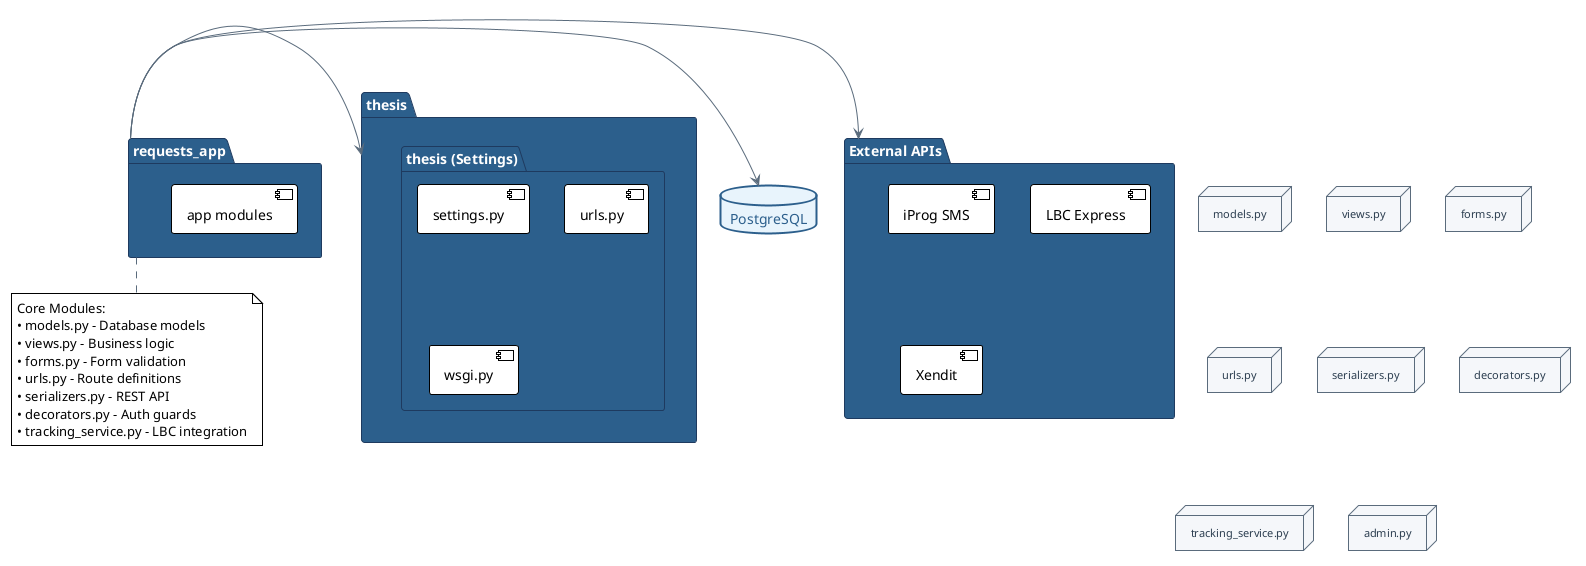
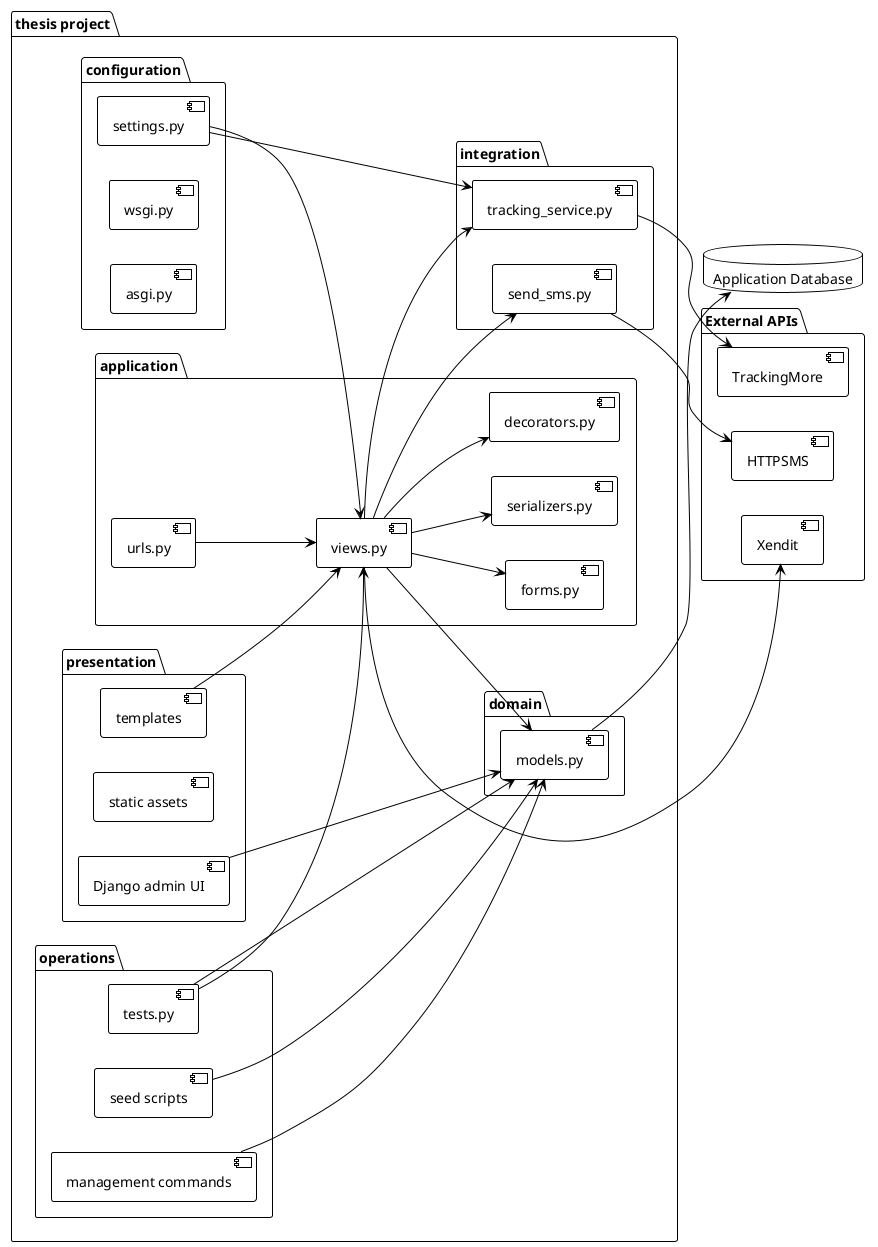
@startuml CATC Document Request Portal - Package Diagram
- skinparam fontSize 13
- skinparam shadowing true
!theme plain
- hide stereotype
+ skinparam shadowing false
+ left to right direction

- skinparam package {
-     BackgroundColor #2C5F8C
-     BorderColor #1E3A5F
-     BorderThickness 1
-     FontStyle bold
-     FontColor white
- }
+ package "thesis project" {
+   package "presentation" {
+     [templates]
+     [static assets]
+     [Django admin UI]
+   }

- skinparam node {
-     BackgroundColor #F5F7FA
-     BorderColor #5A6B7C
-     BorderThickness 1
-     FontColor #2C3E50
-     FontSize 11
- }
+   package "application" {
+     [views.py]
+     [forms.py]
+     [serializers.py]
+     [decorators.py]
+     [urls.py]
+   }

- skinparam database {
-     BackgroundColor #E8F4FC
-     BorderColor #2C5F8C
-     BorderThickness 2
-     FontColor #2C5F8C
- }
+   package "domain" {
+     [models.py]
+   }

- skinparam arrow {
-     Color #5A6B7C
- }
+   package "integration" {
+     [tracking_service.py]
+     [send_sms.py]
+   }

- node "models.py" as models
- node "views.py" as views
- node "forms.py" as forms
- node "urls.py" as urls
- node "serializers.py" as ser
- node "decorators.py" as dec
- node "tracking_service.py" as track
- node "admin.py" as admin
+   package "configuration" {
+     [settings.py]
+     [wsgi.py]
+     [asgi.py]
+   }

- package "thesis" {
-     package "thesis (Settings)" {
-         [settings.py]
-         [urls.py]
-         [wsgi.py]
-     }
- }
- 
- package "requests_app" {
-     [app modules]
+   package "operations" {
+     [management commands]
+     [seed scripts]
+     [tests.py]
+   }
}

package "External APIs" {
-     [iProg SMS]
-     [LBC Express]
-     [Xendit]
+   [HTTPSMS]
+   [Xendit]
+   [TrackingMore]
}

- database "PostgreSQL" as db
+ database "Application Database" as DB

- requests_app -> thesis
- requests_app -> db
- requests_app -> "External APIs"
+ [templates] --> [views.py]
+ [Django admin UI] --> [models.py]
+ [views.py] --> [forms.py]
+ [views.py] --> [serializers.py]
+ [views.py] --> [decorators.py]
+ [views.py] --> [models.py]
+ [views.py] --> [tracking_service.py]
+ [views.py] --> [send_sms.py]
+ [urls.py] --> [views.py]
+ [tracking_service.py] --> [TrackingMore]
+ [send_sms.py] --> [HTTPSMS]
+ [views.py] --> [Xendit]
+ [models.py] --> DB
+ [management commands] --> [models.py]
+ [seed scripts] --> [models.py]
+ [tests.py] --> [views.py]
+ [tests.py] --> [models.py]
+ [settings.py] --> [views.py]
+ [settings.py] --> [tracking_service.py]

- note bottom of requests_app
-   Core Modules:
-   • models.py - Database models
-   • views.py - Business logic
-   • forms.py - Form validation
-   • urls.py - Route definitions
-   • serializers.py - REST API
-   • decorators.py - Auth guards
-   • tracking_service.py - LBC integration
- end note
- 
- @enduml+ @enduml
